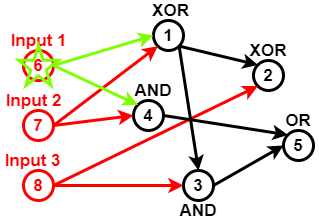
Earlier version of the draw.io export Untitled Diagram.png (sara1024/-CCF201412-2-Z-). Source tidied: cells renumbered, new cells last; positions are measured from the earlier drawing's top-left corner, leaving out a move shared by most shapes.
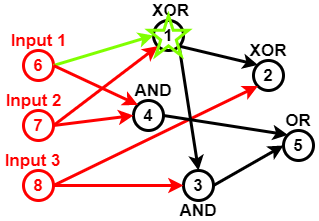
After the change.

What changed in the source:
```diff
@@ -26,7 +26,7 @@
     <mxCell id="9" style="endArrow=classic;html=1;strokeColor=#FF0000;strokeWidth=3;fontSize=17;fontColor=#000000;exitX=1;exitY=0.5;exitDx=0;exitDy=0;entryX=0;entryY=0.5;entryDx=0;entryDy=0;" parent="1" edge="1" source="3" target="8">
       <mxGeometry relative="1" as="geometry" />
     </mxCell>
-    <mxCell id="10" style="endArrow=classic;html=1;strokeWidth=3;fontSize=17;fontColor=#000000;exitX=1;exitY=0.5;exitDx=0;exitDy=0;entryX=0;entryY=0;entryDx=0;entryDy=0;strokeColor=#80FF00;" parent="1" edge="1" source="2" target="8">
+    <mxCell id="10" style="endArrow=classic;html=1;strokeColor=#FF0000;strokeWidth=3;fontSize=17;fontColor=#000000;exitX=1;exitY=0.5;exitDx=0;exitDy=0;entryX=0;entryY=0;entryDx=0;entryDy=0;" parent="1" edge="1" source="2" target="8">
       <mxGeometry relative="1" as="geometry" />
     </mxCell>
     <mxCell id="11" value="3" style="ellipse;whiteSpace=wrap;html=1;strokeColor=#000000;strokeWidth=3;fillColor=none;fontSize=17;fontColor=#000000;fontStyle=1;" parent="1" vertex="1">
@@ -81,7 +81,7 @@
       <mxGeometry x="-0.5" y="150" width="62.5" height="20" as="geometry" />
     </mxCell>
     <mxCell id="28" style="verticalLabelPosition=bottom;verticalAlign=top;html=1;shape=mxgraph.basic.star;strokeWidth=3;fontSize=17;fillColor=none;strokeColor=#80FF00;" parent="1" vertex="1">
-      <mxGeometry x="17" y="45" width="40" height="40" as="geometry" />
+      <mxGeometry x="147" y="15" width="40" height="40" as="geometry" />
     </mxCell>
   </root>
 </mxGraphModel>
```
